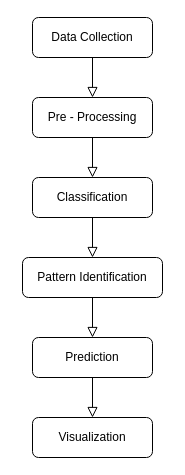
a3X3k/-Random- keeps this draw.io diagram as Untitled Diagram.drawio. Above is the earlier version. Source tidied: cells renumbered, new cells numbered last; positions are measured from the earlier drawing's top-left corner, leaving out a move shared by most shapes. Both pictures are drawn from the tidied source at 100%, with x=0, y=0 at pixel (22, 17).
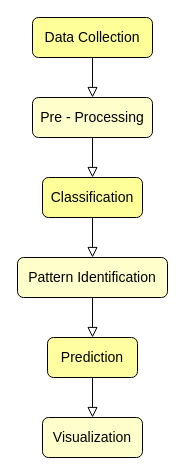
After the change.

Diff of the diagram source:
```diff
@@
 <mxGraphModel>
   <root>
     <mxCell id="0" />
     <mxCell id="1" parent="0" />
+    <mxCell id="4" value="&lt;font style=&quot;font-size: 14px;&quot;&gt;Pattern Identification&lt;/font&gt;" style="rounded=1;whiteSpace=wrap;html=1;fontSize=12;glass=0;strokeWidth=1;shadow=0;fillColor=#FFFFCC;" parent="1" vertex="1">
+      <mxGeometry x="-5" y="240" width="150" height="40" as="geometry" />
+    </mxCell>
-    <mxCell id="2" value="Data Collection" style="rounded=1;whiteSpace=wrap;html=1;fontSize=12;glass=0;strokeWidth=1;shadow=0;" parent="1" vertex="1">
+    <mxCell id="2" value="&lt;font style=&quot;font-size: 14px;&quot;&gt;Data Collection&lt;/font&gt;" style="rounded=1;whiteSpace=wrap;html=1;fontSize=12;glass=0;strokeWidth=1;shadow=0;fillColor=#FFFF99;" parent="1" vertex="1">
       <mxGeometry x="10" width="120" height="40" as="geometry" />
     </mxCell>
-    <mxCell id="3" value="Classification" style="rounded=1;whiteSpace=wrap;html=1;fontSize=12;glass=0;strokeWidth=1;shadow=0;" parent="1" vertex="1">
-      <mxGeometry x="10" y="160" width="120" height="40" as="geometry" />
+    <mxCell id="3" value="&lt;font style=&quot;font-size: 14px;&quot;&gt;Classification&lt;/font&gt;" style="rounded=1;whiteSpace=wrap;html=1;fontSize=12;glass=0;strokeWidth=1;shadow=0;fillColor=#FFFF99;" parent="1" vertex="1">
+      <mxGeometry x="20" y="160" width="100" height="40" as="geometry" />
     </mxCell>
-    <mxCell id="4" value="Pattern Identification" style="rounded=1;whiteSpace=wrap;html=1;fontSize=12;glass=0;strokeWidth=1;shadow=0;" parent="1" vertex="1">
-      <mxGeometry y="240" width="140" height="40" as="geometry" />
-    </mxCell>
-    <mxCell id="5" value="Prediction" style="rounded=1;whiteSpace=wrap;html=1;fontSize=12;glass=0;strokeWidth=1;shadow=0;" parent="1" vertex="1">
-      <mxGeometry x="10" y="320" width="120" height="40" as="geometry" />
+    <mxCell id="5" value="&lt;font style=&quot;font-size: 14px;&quot;&gt;Prediction&lt;/font&gt;" style="rounded=1;whiteSpace=wrap;html=1;fontSize=12;glass=0;strokeWidth=1;shadow=0;fillColor=#FFFFA1;" parent="1" vertex="1">
+      <mxGeometry x="25" y="320" width="90" height="40" as="geometry" />
     </mxCell>
-    <mxCell id="6" value="Visualization" style="rounded=1;whiteSpace=wrap;html=1;fontSize=12;glass=0;strokeWidth=1;shadow=0;" parent="1" vertex="1">
-      <mxGeometry x="10" y="400" width="120" height="40" as="geometry" />
+    <mxCell id="6" value="&lt;font style=&quot;font-size: 14px;&quot;&gt;Visualization&lt;/font&gt;" style="rounded=1;whiteSpace=wrap;html=1;fontSize=12;glass=0;strokeWidth=1;shadow=0;fillColor=#FFFFCC;" parent="1" vertex="1">
+      <mxGeometry x="20" y="400" width="100" height="40" as="geometry" />
     </mxCell>
     <mxCell id="7" style="rounded=0;html=1;jettySize=auto;fontSize=11;endArrow=block;endFill=0;endSize=8;strokeWidth=1;shadow=0;labelBackgroundColor=none;edgeStyle=orthogonalEdgeStyle;entryX=0.5;entryY=0;entryDx=0;entryDy=0;exitX=0.5;exitY=1;exitDx=0;exitDy=0;" parent="1" edge="1" source="12" target="3">
       <mxGeometry relative="1" as="geometry" />
     </mxCell>
     <mxCell id="8" style="rounded=0;html=1;jettySize=auto;fontSize=11;endArrow=block;endFill=0;endSize=8;strokeWidth=1;shadow=0;labelBackgroundColor=none;edgeStyle=orthogonalEdgeStyle;entryX=0.5;entryY=0;entryDx=0;entryDy=0;exitX=0.5;exitY=1;exitDx=0;exitDy=0;" parent="1" edge="1" source="3" target="4">
       <mxGeometry relative="1" as="geometry" />
     </mxCell>
     <mxCell id="9" style="rounded=0;html=1;jettySize=auto;fontSize=11;endArrow=block;endFill=0;endSize=8;strokeWidth=1;shadow=0;labelBackgroundColor=none;edgeStyle=orthogonalEdgeStyle;entryX=0.5;entryY=0;entryDx=0;entryDy=0;exitX=0.5;exitY=1;exitDx=0;exitDy=0;" parent="1" edge="1" source="4" target="5">
       <mxGeometry relative="1" as="geometry" />
     </mxCell>
     <mxCell id="10" style="rounded=0;html=1;jettySize=auto;fontSize=11;endArrow=block;endFill=0;endSize=8;strokeWidth=1;shadow=0;labelBackgroundColor=none;edgeStyle=orthogonalEdgeStyle;entryX=0.5;entryY=0;entryDx=0;entryDy=0;exitX=0.5;exitY=1;exitDx=0;exitDy=0;" parent="1" edge="1" source="5" target="6">
       <mxGeometry relative="1" as="geometry" />
     </mxCell>
     <mxCell id="11" style="rounded=0;html=1;jettySize=auto;fontSize=11;endArrow=block;endFill=0;endSize=8;strokeWidth=1;shadow=0;labelBackgroundColor=none;edgeStyle=orthogonalEdgeStyle;exitX=0.5;exitY=1;exitDx=0;exitDy=0;startArrow=none;" parent="1" edge="1" source="12">
       <mxGeometry relative="1" as="geometry">
         <mxPoint x="70" y="100" as="targetPoint" />
       </mxGeometry>
     </mxCell>
-    <mxCell id="12" value="Pre - Processing" style="rounded=1;whiteSpace=wrap;html=1;fontSize=12;glass=0;strokeWidth=1;shadow=0;" parent="1" vertex="1">
+    <mxCell id="12" value="&lt;font style=&quot;font-size: 14px;&quot;&gt;Pre - Processing&lt;/font&gt;" style="rounded=1;whiteSpace=wrap;html=1;fontSize=12;glass=0;strokeWidth=1;shadow=0;fillColor=#FFFFCC;" parent="1" vertex="1">
       <mxGeometry x="10" y="80" width="120" height="40" as="geometry" />
     </mxCell>
     <mxCell id="13" style="rounded=0;html=1;jettySize=auto;fontSize=11;endArrow=block;endFill=0;endSize=8;strokeWidth=1;shadow=0;labelBackgroundColor=none;edgeStyle=orthogonalEdgeStyle;entryX=0.5;entryY=0;entryDx=0;entryDy=0;exitX=0.5;exitY=1;exitDx=0;exitDy=0;" parent="1" edge="1" source="2" target="12">
       <mxGeometry relative="1" as="geometry" />
     </mxCell>
   </root>
 </mxGraphModel>
```
